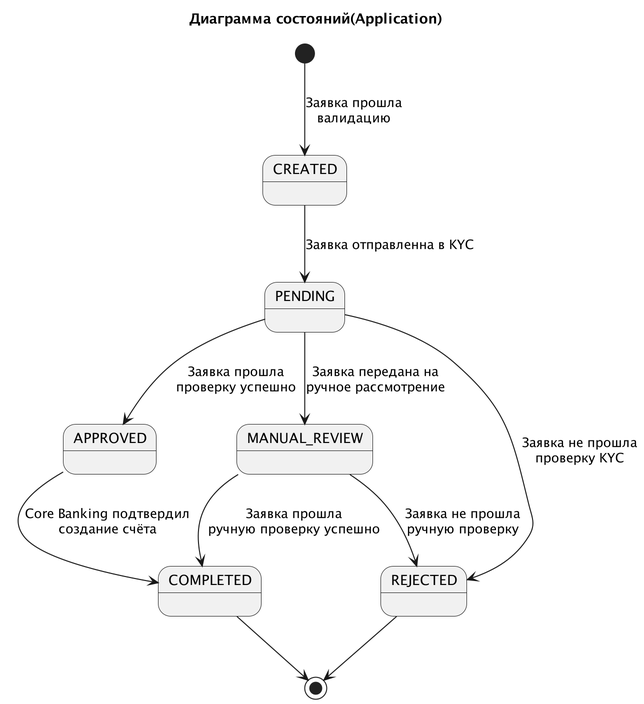
Before: diagrams/exports/Диаграмма состояний(Application).png, a diagram exported from PlantUML (PulyaIvan/digital-client-onboarding). The source it was exported from:
```plantuml
@startuml Диаграмма состояний(Application)
title Диаграмма состояний(Application)
scale 2
[*] --> CREATED: Заявка прошла\nвалидацию
CREATED --> PENDING: Заявка отправленна в KYC
PENDING --> APPROVED: Заявка прошла\nпроверку успешно
PENDING --> REJECTED: Заявка не прошла\nпроверку KYC
PENDING --> MANUAL_REVIEW: Заявка передана на\nручное рассмотрение
APPROVED --> COMPLETED: Core Banking подтвердил\nсоздание счёта
MANUAL_REVIEW --> COMPLETED: Заявка прошла\nручную проверку успешно
MANUAL_REVIEW --> REJECTED: Заявка не прошла\nручную проверку
COMPLETED --> [*]
REJECTED --> [*]
@enduml
```
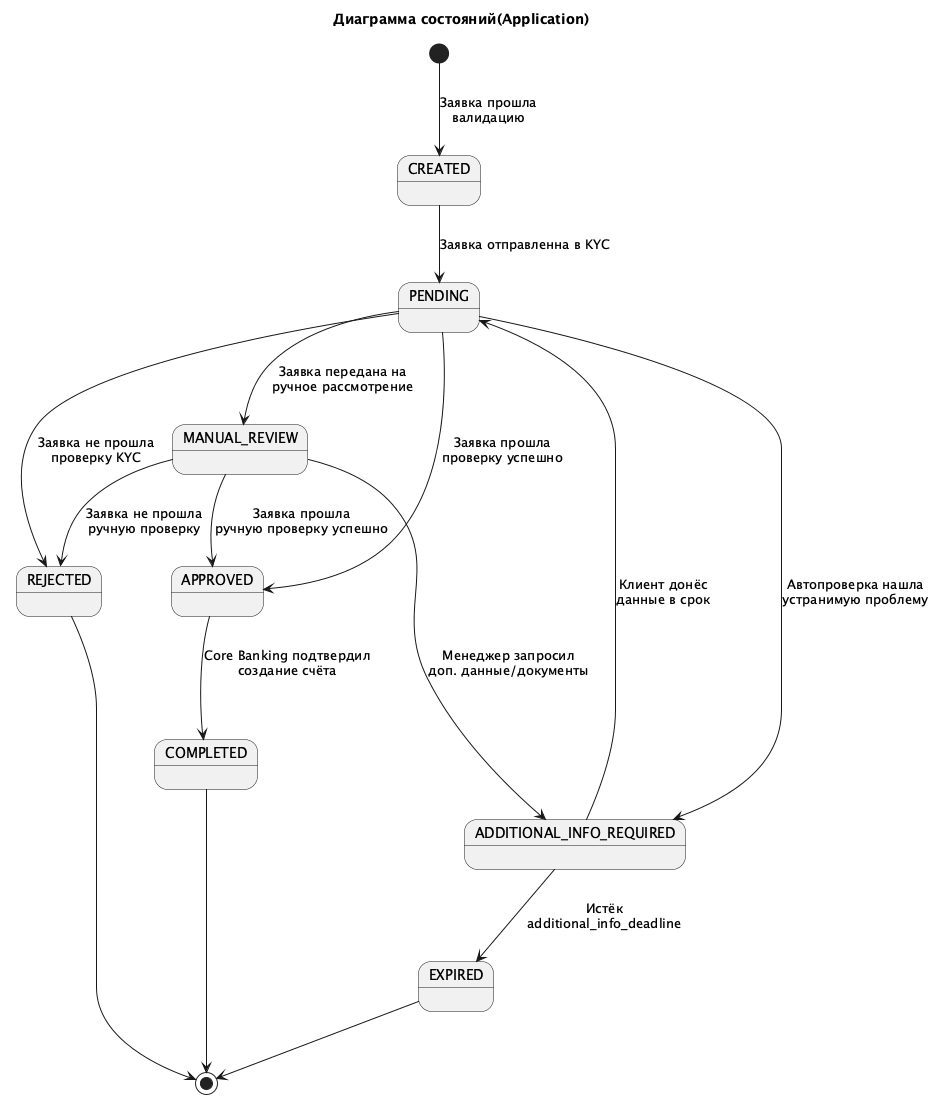
After the commit.

What changed in the source:
```diff
@@ -1,14 +1,18 @@
 @startuml Диаграмма состояний(Application)
 title Диаграмма состояний(Application)
-scale 2
 [*] --> CREATED: Заявка прошла\nвалидацию
 CREATED --> PENDING: Заявка отправленна в KYC
 PENDING --> APPROVED: Заявка прошла\nпроверку успешно
 PENDING --> REJECTED: Заявка не прошла\nпроверку KYC
 PENDING --> MANUAL_REVIEW: Заявка передана на\nручное рассмотрение
+PENDING -----> ADDITIONAL_INFO_REQUIRED: Автопроверка нашла\nустранимую проблему
 APPROVED --> COMPLETED: Core Banking подтвердил\nсоздание счёта
-MANUAL_REVIEW --> COMPLETED: Заявка прошла\nручную проверку успешно
+MANUAL_REVIEW --> APPROVED: Заявка прошла\nручную проверку успешно
 MANUAL_REVIEW --> REJECTED: Заявка не прошла\nручную проверку
+MANUAL_REVIEW --> ADDITIONAL_INFO_REQUIRED: Менеджер запросил\nдоп. данные/документы
+ADDITIONAL_INFO_REQUIRED --> EXPIRED: Истёк\nadditional_info_deadline
+ADDITIONAL_INFO_REQUIRED --> PENDING: Клиент донёс\nданные в срок
 COMPLETED --> [*]
 REJECTED --> [*]
+EXPIRED --> [*]
 @enduml
```
